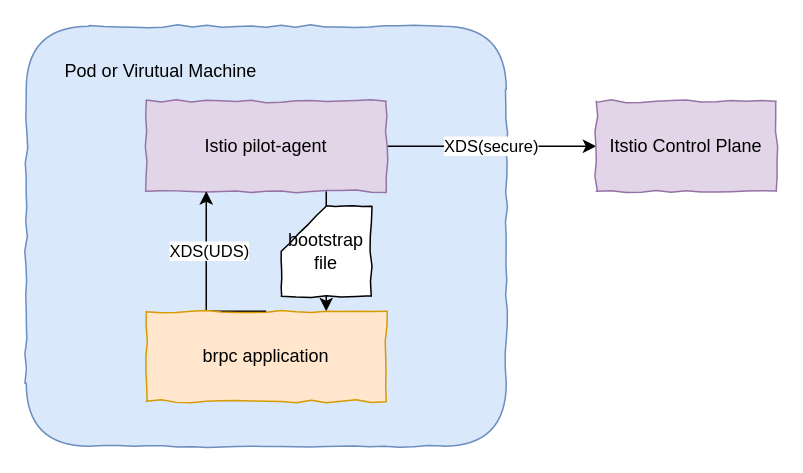
Earlier version of the draw.io diagram brpx-xds.drawio (Silocean/diagrams). Source tidied: cells renumbered, new cells numbered last; positions are measured from the earlier drawing's top-left corner, leaving out a move shared by most shapes. Both pictures are drawn from the tidied source at 150%, with x=0, y=0 at pixel (26, 26).
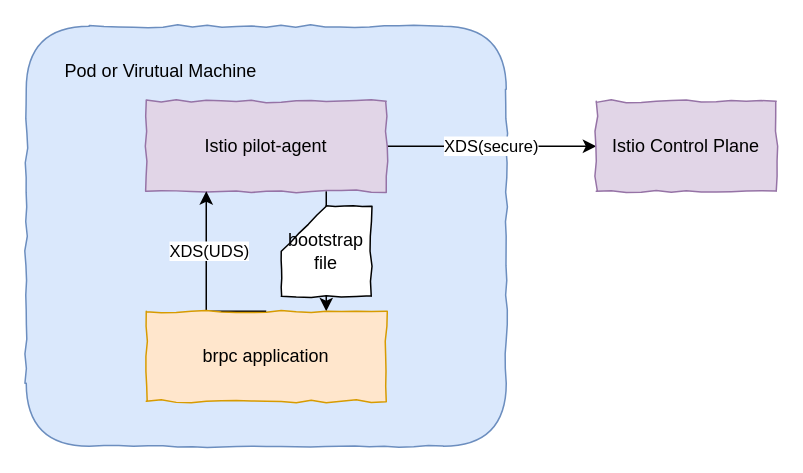
After the change.

What changed in the source:
```diff
@@
 <mxGraphModel>
   <root>
     <mxCell id="0" />
     <mxCell id="1" parent="0" />
     <mxCell id="2" style="rounded=1;whiteSpace=wrap;html=1;fillColor=#dae8fc;strokeColor=#6c8ebf;comic=1;" parent="1" vertex="1">
       <mxGeometry width="320" height="280" as="geometry" />
     </mxCell>
     <mxCell id="3" style="edgeStyle=orthogonalEdgeStyle;rounded=0;jettySize=auto;html=1;exitX=0.75;exitY=1;exitDx=0;exitDy=0;entryX=0.75;entryY=0;entryDx=0;entryDy=0;" parent="1" edge="1" source="5" target="8">
       <mxGeometry relative="1" as="geometry" />
     </mxCell>
     <mxCell id="4" value="XDS(secure)" style="edgeStyle=orthogonalEdgeStyle;rounded=0;jettySize=auto;html=1;exitX=1;exitY=0.5;exitDx=0;exitDy=0;" parent="1" edge="1" source="5" target="10">
       <mxGeometry relative="1" as="geometry" />
     </mxCell>
     <mxCell id="5" value="Istio pilot-agent" style="rounded=0;whiteSpace=wrap;html=1;fillColor=#e1d5e7;strokeColor=#9673a6;comic=1;" parent="1" vertex="1">
       <mxGeometry x="80" y="50" width="160" height="60" as="geometry" />
     </mxCell>
     <mxCell id="6" style="edgeStyle=orthogonalEdgeStyle;rounded=0;jettySize=auto;html=1;exitX=0.5;exitY=0;exitDx=0;exitDy=0;" parent="1" edge="1" source="8">
       <mxGeometry relative="1" as="geometry">
         <mxPoint x="120" y="110" as="targetPoint" />
         <Array as="points">
           <mxPoint x="120" y="190" />
           <mxPoint x="120" y="110" />
         </Array>
       </mxGeometry>
     </mxCell>
     <mxCell id="7" value="XDS(UDS)" style="edgeLabel;html=1;align=center;verticalAlign=middle;" parent="6" vertex="1">
       <mxGeometry x="0.03" y="-1" relative="1" as="geometry">
         <mxPoint y="-19" as="offset" />
       </mxGeometry>
     </mxCell>
     <mxCell id="8" value="brpc application" style="rounded=0;whiteSpace=wrap;html=1;fillColor=#ffe6cc;strokeColor=#d79b00;comic=1;" parent="1" vertex="1">
       <mxGeometry x="80" y="190" width="160" height="60" as="geometry" />
     </mxCell>
     <mxCell id="9" value="bootstrap file" style="shape=card;whiteSpace=wrap;html=1;comic=1;" parent="1" vertex="1">
       <mxGeometry x="170" y="120" width="60" height="60" as="geometry" />
     </mxCell>
-    <mxCell id="10" value="Itstio Control Plane" style="rounded=0;whiteSpace=wrap;html=1;fillColor=#e1d5e7;strokeColor=#9673a6;comic=1;" parent="1" vertex="1">
+    <mxCell id="10" value="Istio Control Plane" style="rounded=0;whiteSpace=wrap;html=1;fillColor=#e1d5e7;strokeColor=#9673a6;comic=1;" parent="1" vertex="1">
       <mxGeometry x="380" y="50" width="120" height="60" as="geometry" />
     </mxCell>
     <mxCell id="11" value="Pod or Virutual Machine" style="text;html=1;strokeColor=none;fillColor=none;align=center;verticalAlign=middle;whiteSpace=wrap;rounded=0;comic=1;" parent="1" vertex="1">
       <mxGeometry x="20" y="20" width="140" height="20" as="geometry" />
     </mxCell>
   </root>
 </mxGraphModel>
```
